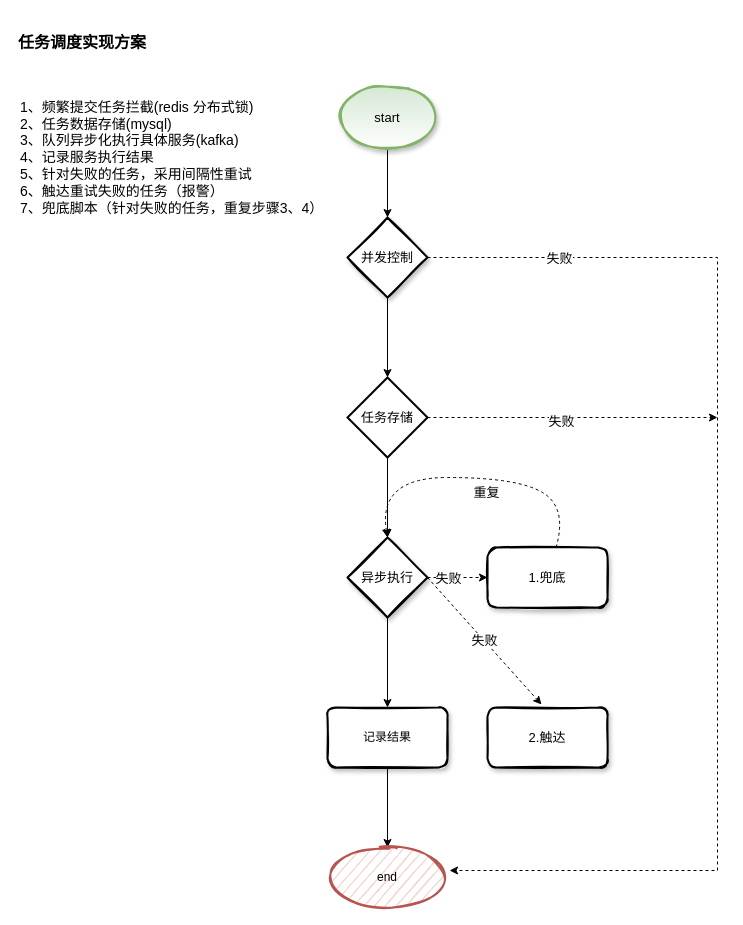
Above: png/server async Diagram.drawio in felixfong/illustrations (draw.io), before the change. Source tidied: cells renumbered, new cells numbered last; positions are measured from the earlier drawing's top-left corner, leaving out a move shared by most shapes. Both pictures are drawn from the tidied source at 100%, with x=0, y=0 at pixel (17, 27).
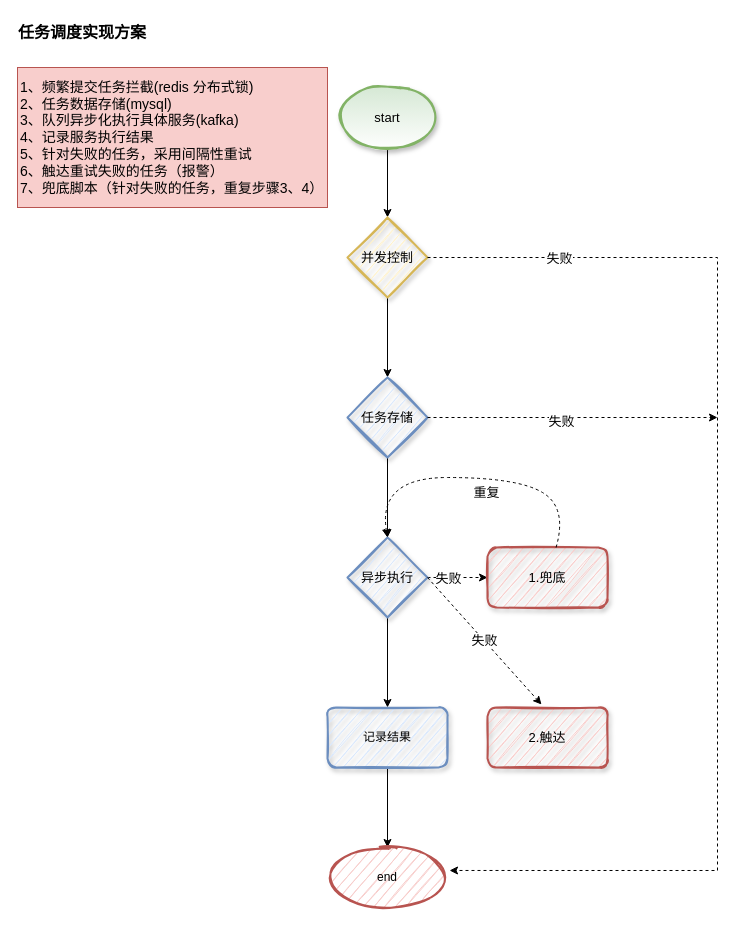
The same diagram, later.

Diff of the diagram source:
```diff
@@
     <mxCell id="4" value="任务调度实现方案" style="text;html=1;strokeColor=none;fillColor=none;align=center;verticalAlign=middle;whiteSpace=wrap;rounded=0;fontSize=16;fontStyle=1;" parent="1" vertex="1">
-      <mxGeometry width="130" height="30" as="geometry" />
+      <mxGeometry y="-10" width="130" height="30" as="geometry" />
     </mxCell>
@@
-    <mxCell id="6" value="并发控制" style="rhombus;whiteSpace=wrap;html=1;strokeWidth=2;fontSize=13;shadow=1;rounded=0;sketch=1;" parent="1" vertex="1">
+    <mxCell id="6" value="并发控制" style="rhombus;whiteSpace=wrap;html=1;strokeWidth=2;fontSize=13;shadow=1;rounded=0;sketch=1;fillColor=#fff2cc;strokeColor=#d6b656;" parent="1" vertex="1">
       <mxGeometry x="330" y="190" width="80" height="80" as="geometry" />
     </mxCell>
-    <mxCell id="7" value="1、频繁提交任务拦截(redis 分布式锁)&lt;br&gt;2、任务数据存储(mysql)&lt;br&gt;3、队列异步化执行具体服务(kafka)&lt;br&gt;4、记录服务执行结果&lt;br&gt;5、针对失败的任务，采用间隔性重试&lt;br&gt;6、触达重试失败的任务（报警）&lt;br&gt;7、兜底脚本（针对失败的任务，重复步骤3、4）" style="text;strokeColor=none;fillColor=none;align=left;verticalAlign=middle;rounded=0;fontSize=14;labelBackgroundColor=none;labelBorderColor=none;whiteSpace=wrap;html=1;spacing=3;" parent="1" vertex="1">
-      <mxGeometry y="60" width="310" height="140" as="geometry" />
+    <mxCell id="7" value="1、频繁提交任务拦截(redis 分布式锁)&lt;br&gt;2、任务数据存储(mysql)&lt;br&gt;3、队列异步化执行具体服务(kafka)&lt;br&gt;4、记录服务执行结果&lt;br&gt;5、针对失败的任务，采用间隔性重试&lt;br&gt;6、触达重试失败的任务（报警）&lt;br&gt;7、兜底脚本（针对失败的任务，重复步骤3、4）" style="text;strokeColor=#b85450;fillColor=#f8cecc;align=left;verticalAlign=middle;rounded=0;fontSize=14;labelBackgroundColor=none;labelBorderColor=none;whiteSpace=wrap;html=1;spacing=3;" parent="1" vertex="1">
+      <mxGeometry y="40" width="310" height="140" as="geometry" />
     </mxCell>
@@
-    <mxCell id="9" value="任务存储" style="rhombus;whiteSpace=wrap;html=1;strokeWidth=2;fontSize=13;" parent="1" vertex="1">
+    <mxCell id="9" value="任务存储" style="rhombus;whiteSpace=wrap;html=1;strokeWidth=2;fontSize=13;fillColor=#dae8fc;strokeColor=#6c8ebf;shadow=1;sketch=1;" parent="1" vertex="1">
       <mxGeometry x="330" y="350" width="80" height="80" as="geometry" />
     </mxCell>
@@
-    <mxCell id="13" value="异步执行" style="rhombus;whiteSpace=wrap;html=1;strokeWidth=2;fontSize=13;shadow=1;sketch=1;" parent="1" vertex="1">
+    <mxCell id="13" value="异步执行" style="rhombus;whiteSpace=wrap;html=1;strokeWidth=2;fontSize=13;shadow=1;sketch=1;fillColor=#dae8fc;strokeColor=#6c8ebf;" parent="1" vertex="1">
       <mxGeometry x="330" y="510" width="80" height="80" as="geometry" />
     </mxCell>
-    <mxCell id="14" value="1.兜底" style="whiteSpace=wrap;html=1;strokeWidth=2;fontSize=13;rounded=1;shadow=1;sketch=1;" parent="1" vertex="1">
+    <mxCell id="14" value="1.兜底" style="whiteSpace=wrap;html=1;strokeWidth=2;fontSize=13;rounded=1;shadow=1;sketch=1;fillColor=#f8cecc;strokeColor=#b85450;" parent="1" vertex="1">
       <mxGeometry x="470" y="520" width="120" height="60" as="geometry" />
     </mxCell>
@@
-    <mxCell id="16" value="记录结果" style="whiteSpace=wrap;html=1;strokeWidth=2;shadow=1;sketch=1;glass=0;rounded=1;" parent="1" vertex="1">
+    <mxCell id="16" value="记录结果" style="whiteSpace=wrap;html=1;strokeWidth=2;shadow=1;sketch=1;glass=0;rounded=1;fillColor=#dae8fc;strokeColor=#6c8ebf;" parent="1" vertex="1">
       <mxGeometry x="310" y="680" width="120" height="60" as="geometry" />
     </mxCell>
@@
-    <mxCell id="24" value="2.触达" style="whiteSpace=wrap;html=1;strokeWidth=2;fontSize=13;rounded=1;shadow=1;sketch=1;" parent="1" vertex="1">
+    <mxCell id="24" value="2.触达" style="whiteSpace=wrap;html=1;strokeWidth=2;fontSize=13;rounded=1;shadow=1;sketch=1;fillColor=#f8cecc;strokeColor=#b85450;" parent="1" vertex="1">
       <mxGeometry x="470" y="680" width="120" height="60" as="geometry" />
     </mxCell>
```
